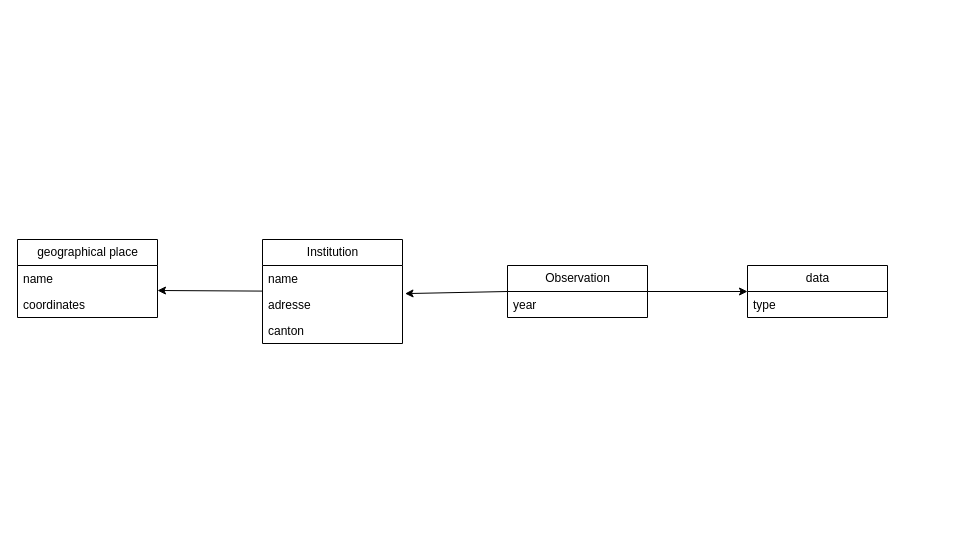
Above: Data/modelisation/diagramme.drawio in Raphix93/Memoire_Master (draw.io), before the change. Source tidied: cells renumbered, new cells numbered last; positions are measured from the earlier drawing's top-left corner, leaving out a move shared by most shapes. Both pictures are drawn from the tidied source at 100%, with x=0, y=0 at pixel (17, 239).
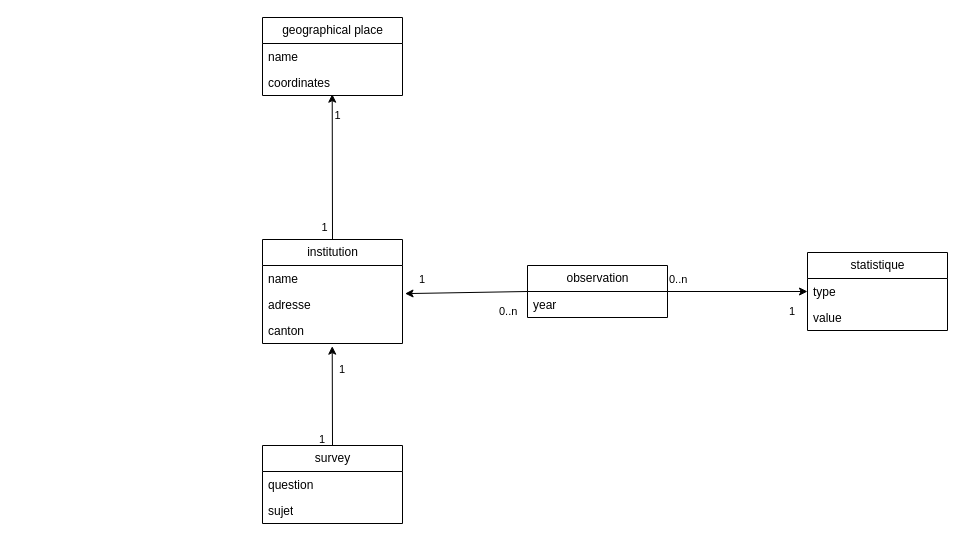
The same page after the edit.

The change refers to these unchanged cells:
```xml
<mxCell id="5" value="canton" style="text;strokeColor=none;fillColor=none;align=left;verticalAlign=top;spacingLeft=4;spacingRight=4;overflow=hidden;points=[[0,0.5],[1,0.5]];portConstraint=eastwest;whiteSpace=wrap;html=1;" parent="2" vertex="1">
  <mxGeometry y="78" width="140" height="26" as="geometry" />
</mxCell>
<mxCell id="14" value="coordinates" style="text;strokeColor=none;fillColor=none;align=left;verticalAlign=top;spacingLeft=4;spacingRight=4;overflow=hidden;points=[[0,0.5],[1,0.5]];portConstraint=eastwest;whiteSpace=wrap;html=1;" parent="12" vertex="1">
  <mxGeometry y="52" width="140" height="26" as="geometry" />
</mxCell>
```

Diff of the diagram source:
```diff
@@
-    <mxCell id="2" value="Institution" style="swimlane;fontStyle=0;horizontal=1;startSize=26;fillColor=none;html=1;" parent="1" vertex="1">
+    <mxCell id="2" value="institution" style="swimlane;fontStyle=0;horizontal=1;startSize=26;fillColor=none;html=1;" parent="1" vertex="1">
       <mxGeometry x="245" width="140" height="104" as="geometry" />
     </mxCell>
@@
-    <mxCell id="7" value="Observation" style="swimlane;fontStyle=0;horizontal=1;startSize=26;fillColor=none;html=1;" parent="1" vertex="1">
-      <mxGeometry x="490" y="26" width="140" height="52" as="geometry" />
+    <mxCell id="7" value="observation" style="swimlane;fontStyle=0;horizontal=1;startSize=26;fillColor=none;html=1;" parent="1" vertex="1">
+      <mxGeometry x="510" y="26" width="140" height="52" as="geometry" />
     </mxCell>
@@
-    <mxCell id="9" value="data" style="swimlane;fontStyle=0;horizontal=1;startSize=26;fillColor=none;html=1;" parent="1" vertex="1">
-      <mxGeometry x="730" y="26" width="140" height="52" as="geometry" />
+    <mxCell id="9" value="statistique" style="swimlane;fontStyle=0;horizontal=1;startSize=26;fillColor=none;html=1;" parent="1" vertex="1">
+      <mxGeometry x="790" y="13" width="140" height="78" as="geometry" />
     </mxCell>
@@
+    <mxCell id="16" value="value" style="text;strokeColor=none;fillColor=none;align=left;verticalAlign=top;spacingLeft=4;spacingRight=4;overflow=hidden;whiteSpace=wrap;html=1;" parent="9" vertex="1">
+      <mxGeometry y="52" width="140" height="26" as="geometry" />
+    </mxCell>
@@
     <mxCell id="12" value="geographical place" style="swimlane;fontStyle=0;horizontal=1;startSize=26;fillColor=none;html=1;" parent="1" vertex="1">
-      <mxGeometry width="140" height="78" as="geometry" />
+      <mxGeometry x="245" y="-222" width="140" height="78" as="geometry" />
     </mxCell>
@@
-    <mxCell id="15" style="edgeStyle=none;html=1;" parent="1" edge="1" source="2">
-      <mxGeometry relative="1" as="geometry">
-        <mxPoint x="140" y="51" as="targetPoint" />
-      </mxGeometry>
-    </mxCell>
+    <mxCell id="17" style="edgeStyle=none;html=1;exitX=0.5;exitY=0;exitDx=0;exitDy=0;entryX=0.498;entryY=0.949;entryDx=0;entryDy=0;entryPerimeter=0;" parent="1" edge="1" source="2" target="14">
+      <mxGeometry relative="1" as="geometry" />
+    </mxCell>
+    <mxCell id="18" value="1" style="edgeLabel;html=1;align=center;verticalAlign=middle;" parent="17" vertex="1">
+      <mxGeometry x="0.56" y="-1" relative="1" as="geometry">
+        <mxPoint x="4" y="-11" as="offset" />
+      </mxGeometry>
+    </mxCell>
+    <mxCell id="19" value="survey" style="swimlane;fontStyle=0;horizontal=1;startSize=26;fillColor=none;html=1;" parent="1" vertex="1">
+      <mxGeometry x="245" y="206" width="140" height="78" as="geometry" />
+    </mxCell>
+    <mxCell id="20" value="question" style="text;strokeColor=none;fillColor=none;align=left;verticalAlign=top;spacingLeft=4;spacingRight=4;overflow=hidden;whiteSpace=wrap;html=1;" parent="19" vertex="1">
+      <mxGeometry y="26" width="140" height="26" as="geometry" />
+    </mxCell>
+    <mxCell id="21" value="sujet" style="text;strokeColor=none;fillColor=none;align=left;verticalAlign=top;spacingLeft=4;spacingRight=4;overflow=hidden;whiteSpace=wrap;html=1;" parent="19" vertex="1">
+      <mxGeometry y="52" width="140" height="26" as="geometry" />
+    </mxCell>
+    <mxCell id="22" style="edgeStyle=none;html=1;exitX=0.5;exitY=0;exitDx=0;exitDy=0;entryX=0.498;entryY=1.103;entryDx=0;entryDy=0;entryPerimeter=0;" parent="1" edge="1" source="19" target="5">
+      <mxGeometry relative="1" as="geometry" />
+    </mxCell>
+    <mxCell id="23" value="1" style="edgeLabel;html=1;align=center;verticalAlign=middle;" parent="1" vertex="1">
+      <mxGeometry x="339.8" y="-114" as="geometry">
+        <mxPoint x="-33" y="101" as="offset" />
+      </mxGeometry>
+    </mxCell>
+    <mxCell id="24" value="&lt;span style=&quot;color: rgb(0, 0, 0); font-family: Helvetica; font-size: 11px; font-style: normal; font-variant-ligatures: normal; font-variant-caps: normal; font-weight: 400; letter-spacing: normal; orphans: 2; text-align: center; text-indent: 0px; text-transform: none; widows: 2; word-spacing: 0px; -webkit-text-stroke-width: 0px; white-space: nowrap; background-color: rgb(255, 255, 255); text-decoration-thickness: initial; text-decoration-style: initial; text-decoration-color: initial; display: inline !important; float: none;&quot;&gt;1&lt;/span&gt;" style="text;whiteSpace=wrap;html=1;" parent="1" vertex="1">
+      <mxGeometry x="400" y="26" width="20" height="20" as="geometry" />
+    </mxCell>
+    <mxCell id="25" value="&lt;span style=&quot;color: rgb(0, 0, 0); font-family: Helvetica; font-size: 11px; font-style: normal; font-variant-ligatures: normal; font-variant-caps: normal; font-weight: 400; letter-spacing: normal; orphans: 2; text-align: center; text-indent: 0px; text-transform: none; widows: 2; word-spacing: 0px; -webkit-text-stroke-width: 0px; white-space: nowrap; background-color: rgb(255, 255, 255); text-decoration-thickness: initial; text-decoration-style: initial; text-decoration-color: initial; display: inline !important; float: none;&quot;&gt;1&lt;/span&gt;" style="text;whiteSpace=wrap;html=1;" parent="1" vertex="1">
+      <mxGeometry x="770" y="58" width="20" height="20" as="geometry" />
+    </mxCell>
+    <mxCell id="26" value="&lt;span style=&quot;color: rgb(0, 0, 0); font-family: Helvetica; font-size: 11px; font-style: normal; font-variant-ligatures: normal; font-variant-caps: normal; font-weight: 400; letter-spacing: normal; orphans: 2; text-align: center; text-indent: 0px; text-transform: none; widows: 2; word-spacing: 0px; -webkit-text-stroke-width: 0px; white-space: nowrap; background-color: rgb(255, 255, 255); text-decoration-thickness: initial; text-decoration-style: initial; text-decoration-color: initial; float: none; display: inline !important;&quot;&gt;0..n&lt;/span&gt;" style="text;whiteSpace=wrap;html=1;" parent="1" vertex="1">
+      <mxGeometry x="480" y="58" width="20" height="20" as="geometry" />
+    </mxCell>
+    <mxCell id="27" value="&lt;span style=&quot;color: rgb(0, 0, 0); font-family: Helvetica; font-size: 11px; font-style: normal; font-variant-ligatures: normal; font-variant-caps: normal; font-weight: 400; letter-spacing: normal; orphans: 2; text-align: center; text-indent: 0px; text-transform: none; widows: 2; word-spacing: 0px; -webkit-text-stroke-width: 0px; white-space: nowrap; background-color: rgb(255, 255, 255); text-decoration-thickness: initial; text-decoration-style: initial; text-decoration-color: initial; float: none; display: inline !important;&quot;&gt;1&lt;/span&gt;" style="text;whiteSpace=wrap;html=1;" parent="1" vertex="1">
+      <mxGeometry x="299.8" y="186" width="20" height="20" as="geometry" />
+    </mxCell>
+    <mxCell id="28" value="&lt;span style=&quot;color: rgb(0, 0, 0); font-family: Helvetica; font-size: 11px; font-style: normal; font-variant-ligatures: normal; font-variant-caps: normal; font-weight: 400; letter-spacing: normal; orphans: 2; text-align: center; text-indent: 0px; text-transform: none; widows: 2; word-spacing: 0px; -webkit-text-stroke-width: 0px; white-space: nowrap; background-color: rgb(255, 255, 255); text-decoration-thickness: initial; text-decoration-style: initial; text-decoration-color: initial; display: inline !important; float: none;&quot;&gt;1&lt;/span&gt;" style="text;whiteSpace=wrap;html=1;" parent="1" vertex="1">
+      <mxGeometry x="319.8" y="116" width="20" height="20" as="geometry" />
+    </mxCell>
+    <mxCell id="29" value="&lt;span style=&quot;color: rgb(0, 0, 0); font-family: Helvetica; font-size: 11px; font-style: normal; font-variant-ligatures: normal; font-variant-caps: normal; font-weight: 400; letter-spacing: normal; orphans: 2; text-align: center; text-indent: 0px; text-transform: none; widows: 2; word-spacing: 0px; -webkit-text-stroke-width: 0px; white-space: nowrap; background-color: rgb(255, 255, 255); text-decoration-thickness: initial; text-decoration-style: initial; text-decoration-color: initial; float: none; display: inline !important;&quot;&gt;0..n&lt;/span&gt;" style="text;whiteSpace=wrap;html=1;" parent="1" vertex="1">
+      <mxGeometry x="650" y="26" width="20" height="20" as="geometry" />
+    </mxCell>
```
